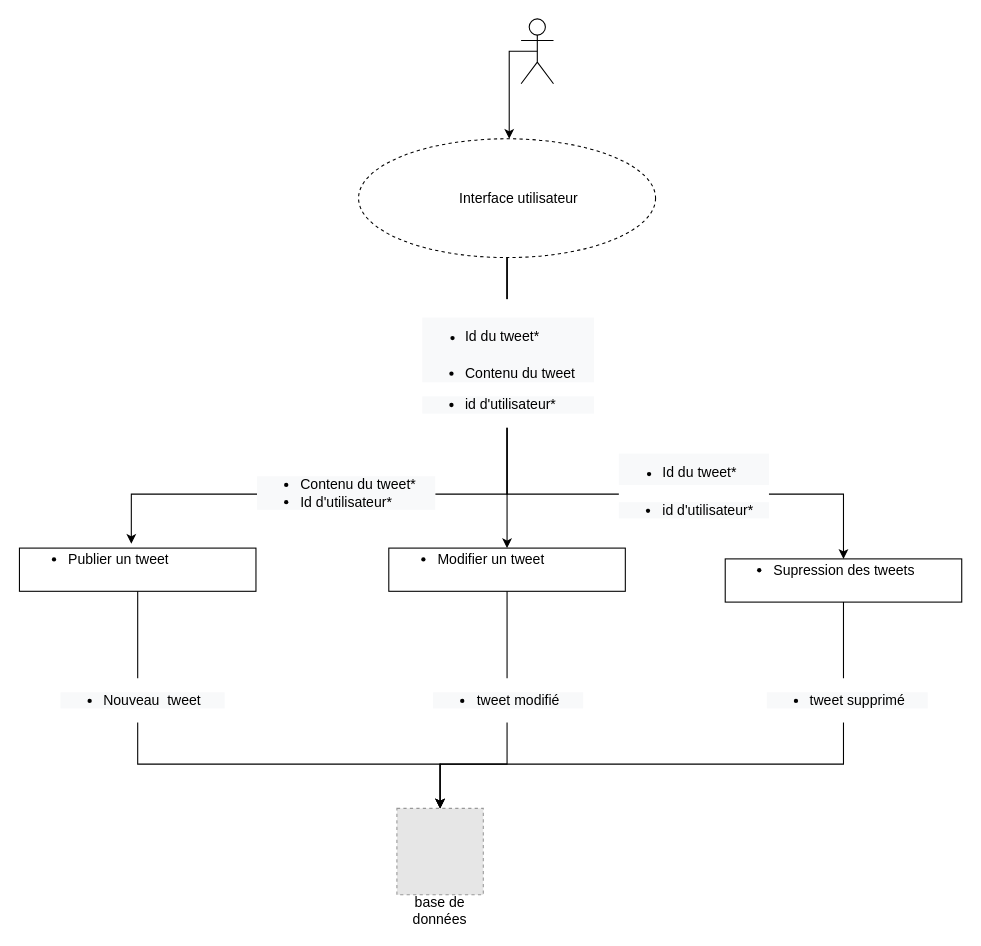
Above: page "L3-Search-service" (3 of 3) of albc.drawio in abdoelhafi/component-based-architecture-project (draw.io), before the change. Source tidied: cells renumbered, new cells numbered last; positions are measured from the earlier drawing's top-left corner, leaving out a move shared by most shapes. Both pictures are drawn from the tidied source at 108%, with x=0, y=0 at pixel (18, 18). Pictures stored in the file or linked from it are replaced by grey dashed boxes.
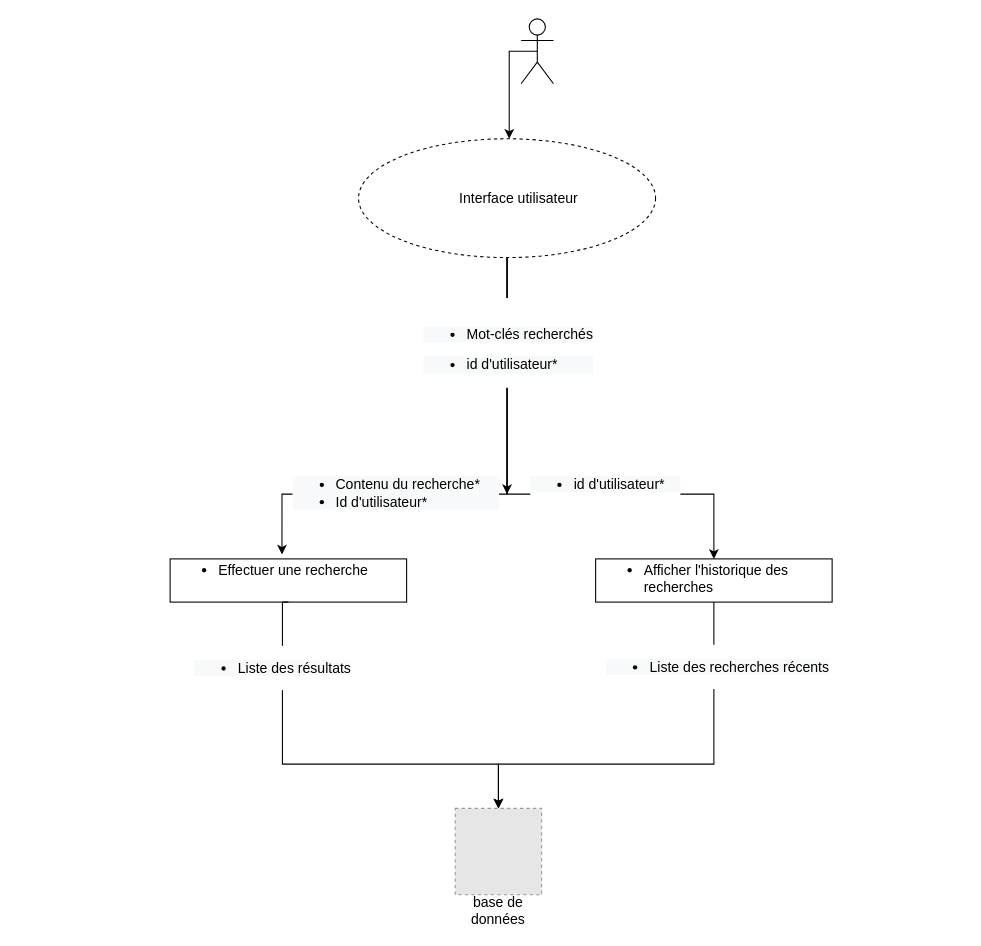
Above is the later version.

Commit message:
add search service content

The change refers to these unchanged cells:
```xml
<mxCell id="10" style="ellipse;whiteSpace=wrap;html=1;fontSize=13;dashed=1;" parent="1" vertex="1">
  <mxGeometry x="314.5" y="111" width="275" height="110" as="geometry" />
</mxCell>
<mxCell id="23" style="fillColor=#E6E6E6;strokeColor=#999999;dashed=1;verticalLabelPosition=bottom;labelBackgroundColor=#ffffff;verticalAlign=top;" parent="22" vertex="1">
  <mxGeometry width="80" height="80" as="geometry" />
</mxCell>
```

What changed in the source:
```diff
@@
     <mxCell id="4" style="edgeStyle=orthogonalEdgeStyle;rounded=0;jettySize=auto;html=1;exitX=0.5;exitY=1;exitDx=0;exitDy=0;fontSize=13;entryX=0.473;entryY=-0.1;entryDx=0;entryDy=0;entryPerimeter=0;" parent="1" edge="1" source="10" target="15">
       <mxGeometry relative="1" as="geometry">
         <Array as="points">
           <mxPoint x="452" y="440" />
-          <mxPoint x="104" y="440" />
+          <mxPoint x="244" y="440" />
+          <mxPoint x="244" y="496" />
         </Array>
       </mxGeometry>
     </mxCell>
-    <mxCell id="5" value="&lt;ul style=&quot;text-align: left ; background-color: rgb(248 , 249 , 250) ; font-size: 13px&quot;&gt;&lt;li&gt;Contenu du tweet*&amp;nbsp; &amp;nbsp; &amp;nbsp;&lt;/li&gt;&lt;li&gt;Id d'utilisateur*&lt;/li&gt;&lt;/ul&gt;" style="edgeLabel;html=1;align=center;verticalAlign=middle;" parent="4" vertex="1">
+    <mxCell id="5" value="&lt;ul style=&quot;text-align: left ; background-color: rgb(248 , 249 , 250) ; font-size: 13px&quot;&gt;&lt;li&gt;Contenu du recherche*&amp;nbsp; &amp;nbsp; &amp;nbsp;&lt;/li&gt;&lt;li&gt;Id d'utilisateur*&lt;/li&gt;&lt;/ul&gt;" style="edgeLabel;html=1;align=center;verticalAlign=middle;" parent="4" vertex="1">
       <mxGeometry x="0.11" y="-2" relative="1" as="geometry">
-        <mxPoint x="-29" as="offset" />
+        <mxPoint x="-55" as="offset" />
       </mxGeometry>
     </mxCell>
-    <mxCell id="6" style="edgeStyle=orthogonalEdgeStyle;rounded=0;jettySize=auto;html=1;exitX=0.5;exitY=1;exitDx=0;exitDy=0;fontSize=13;entryX=0.5;entryY=0;entryDx=0;entryDy=0;" parent="1" edge="1" source="10" target="18">
-      <mxGeometry relative="1" as="geometry" />
+    <mxCell id="6" style="edgeStyle=orthogonalEdgeStyle;rounded=0;jettySize=auto;html=1;exitX=0.5;exitY=1;exitDx=0;exitDy=0;fontSize=13;" parent="1" edge="1" source="10">
+      <mxGeometry relative="1" as="geometry">
+        <mxPoint x="452" y="440" as="targetPoint" />
+      </mxGeometry>
     </mxCell>
     <mxCell id="7" style="edgeStyle=orthogonalEdgeStyle;rounded=0;jettySize=auto;html=1;exitX=0.5;exitY=1;exitDx=0;exitDy=0;fontSize=13;entryX=0.5;entryY=0;entryDx=0;entryDy=0;" parent="1" edge="1" source="10" target="21">
       <mxGeometry relative="1" as="geometry">
         <Array as="points">
           <mxPoint x="452" y="440" />
-          <mxPoint x="764" y="440" />
+          <mxPoint x="644" y="440" />
+          <mxPoint x="644" y="500" />
         </Array>
       </mxGeometry>
     </mxCell>
-    <mxCell id="8" value="&lt;ul style=&quot;font-size: 12px ; text-align: left ; background-color: rgb(248 , 249 , 250)&quot;&gt;&lt;li&gt;&lt;h1&gt;&lt;span style=&quot;font-size: 13px ; font-weight: 400&quot;&gt;Id du tweet*&lt;/span&gt;&lt;/h1&gt;&lt;/li&gt;&lt;li style=&quot;font-size: 13px&quot;&gt;Contenu du tweet&amp;nbsp; &amp;nbsp; &amp;nbsp;&lt;/li&gt;&lt;/ul&gt;&lt;div style=&quot;font-size: 12px ; text-align: left ; background-color: rgb(248 , 249 , 250)&quot;&gt;&lt;ul style=&quot;font-size: 13px&quot;&gt;&lt;li&gt;id d'utilisateur*&lt;/li&gt;&lt;/ul&gt;&lt;/div&gt;" style="edgeLabel;html=1;align=center;verticalAlign=middle;" parent="7" vertex="1">
+    <mxCell id="8" value="&lt;br&gt;&lt;ul style=&quot;font-size: 12px ; text-align: left ; background-color: rgb(248 , 249 , 250)&quot;&gt;&lt;li style=&quot;font-size: 13px&quot;&gt;Mot-clés recherchés&lt;br&gt;&lt;/li&gt;&lt;/ul&gt;&lt;div style=&quot;font-size: 12px ; text-align: left ; background-color: rgb(248 , 249 , 250)&quot;&gt;&lt;ul style=&quot;font-size: 13px&quot;&gt;&lt;li&gt;id d'utilisateur*&lt;/li&gt;&lt;/ul&gt;&lt;/div&gt;" style="edgeLabel;html=1;align=center;verticalAlign=middle;" parent="7" vertex="1">
       <mxGeometry x="-0.67" relative="1" as="geometry" />
     </mxCell>
-    <mxCell id="9" value="&lt;ul style=&quot;font-size: 12px ; text-align: left ; background-color: rgb(248 , 249 , 250)&quot;&gt;&lt;li&gt;&lt;h1&gt;&lt;span style=&quot;font-size: 13px ; font-weight: 400&quot;&gt;Id du tweet*&lt;/span&gt;&lt;/h1&gt;&lt;/li&gt;&lt;/ul&gt;&lt;div style=&quot;font-size: 12px ; text-align: left ; background-color: rgb(248 , 249 , 250)&quot;&gt;&lt;ul style=&quot;font-size: 13px&quot;&gt;&lt;li&gt;id d'utilisateur*&amp;nbsp; &amp;nbsp;&amp;nbsp;&lt;/li&gt;&lt;/ul&gt;&lt;/div&gt;" style="edgeLabel;html=1;align=center;verticalAlign=middle;" parent="7" vertex="1">
+    <mxCell id="9" value="&lt;div style=&quot;font-size: 12px ; text-align: left ; background-color: rgb(248 , 249 , 250)&quot;&gt;&lt;ul style=&quot;font-size: 13px&quot;&gt;&lt;li&gt;id d'utilisateur*&amp;nbsp; &amp;nbsp;&amp;nbsp;&lt;/li&gt;&lt;/ul&gt;&lt;/div&gt;" style="edgeLabel;html=1;align=center;verticalAlign=middle;" parent="7" vertex="1">
       <mxGeometry x="0.38" y="-5" relative="1" as="geometry">
         <mxPoint x="-16" y="-15" as="offset" />
       </mxGeometry>
     </mxCell>
@@
     <mxCell id="12" style="edgeStyle=orthogonalEdgeStyle;rounded=0;jettySize=auto;html=1;entryX=0.5;entryY=0;entryDx=0;entryDy=0;exitX=0.5;exitY=1;exitDx=0;exitDy=0;" parent="1" edge="1" source="15" target="23">
       <mxGeometry relative="1" as="geometry">
         <Array as="points">
-          <mxPoint x="110" y="690" />
-          <mxPoint x="390" y="690" />
+          <mxPoint x="244" y="690" />
+          <mxPoint x="444" y="690" />
         </Array>
       </mxGeometry>
     </mxCell>
@@
-    <mxCell id="14" value="&lt;ul style=&quot;text-align: left ; background-color: rgb(248 , 249 , 250) ; font-size: 13px&quot;&gt;&lt;li&gt;Nouveau&amp;nbsp; tweet&amp;nbsp; &amp;nbsp; &amp;nbsp;&amp;nbsp;&lt;/li&gt;&lt;/ul&gt;" style="edgeLabel;html=1;align=center;verticalAlign=middle;" parent="12" vertex="1">
+    <mxCell id="14" value="&lt;ul style=&quot;text-align: left ; background-color: rgb(248 , 249 , 250) ; font-size: 13px&quot;&gt;&lt;li&gt;Liste des résultats&lt;br&gt;&lt;/li&gt;&lt;/ul&gt;" style="edgeLabel;html=1;align=center;verticalAlign=middle;" parent="12" vertex="1">
       <mxGeometry x="-0.05" y="-1" relative="1" as="geometry">
-        <mxPoint x="-65" y="-61" as="offset" />
+        <mxPoint x="-42" y="-91" as="offset" />
       </mxGeometry>
     </mxCell>
-    <mxCell id="15" value="&lt;div&gt;&lt;ul style=&quot;font-size: 13px&quot;&gt;&lt;li&gt;Publier un tweet&lt;/li&gt;&lt;/ul&gt;&lt;/div&gt;" style="text;html=1;strokeColor=default;fillColor=none;spacing=5;spacingTop=-20;whiteSpace=wrap;overflow=hidden;rounded=0;" parent="1" vertex="1">
-      <mxGeometry x="0.5" y="490" width="219" height="40" as="geometry" />
+    <mxCell id="15" value="&lt;div&gt;&lt;ul style=&quot;font-size: 13px&quot;&gt;&lt;li&gt;Effectuer une recherche&lt;br&gt;&lt;/li&gt;&lt;/ul&gt;&lt;/div&gt;" style="text;html=1;strokeColor=default;fillColor=none;spacing=5;spacingTop=-20;whiteSpace=wrap;overflow=hidden;rounded=0;" parent="1" vertex="1">
+      <mxGeometry x="140" y="500" width="219" height="40" as="geometry" />
     </mxCell>
-    <mxCell id="16" style="edgeStyle=orthogonalEdgeStyle;rounded=0;jettySize=auto;html=1;entryX=0.5;entryY=0;entryDx=0;entryDy=0;" parent="1" edge="1" source="18" target="23">
-      <mxGeometry relative="1" as="geometry">
-        <Array as="points">
-          <mxPoint x="452" y="690" />
-          <mxPoint x="390" y="690" />
-        </Array>
-      </mxGeometry>
-    </mxCell>
-    <mxCell id="17" value="&lt;ul style=&quot;text-align: left ; background-color: rgb(248 , 249 , 250) ; font-size: 13px&quot;&gt;&lt;li&gt;tweet modifié&amp;nbsp; &amp;nbsp; &amp;nbsp;&amp;nbsp;&lt;/li&gt;&lt;/ul&gt;" style="edgeLabel;html=1;align=center;verticalAlign=middle;" parent="16" vertex="1">
-      <mxGeometry x="-0.28" y="4" relative="1" as="geometry">
-        <mxPoint x="-4" y="5" as="offset" />
-      </mxGeometry>
-    </mxCell>
-    <mxCell id="18" value="&lt;div&gt;&lt;ul style=&quot;font-size: 13px&quot;&gt;&lt;li&gt;Modifier un tweet&lt;/li&gt;&lt;/ul&gt;&lt;/div&gt;" style="text;html=1;strokeColor=default;fillColor=none;spacing=5;spacingTop=-20;whiteSpace=wrap;overflow=hidden;rounded=0;" parent="1" vertex="1">
-      <mxGeometry x="342.5" y="490" width="219" height="40" as="geometry" />
-    </mxCell>
     <mxCell id="19" style="edgeStyle=orthogonalEdgeStyle;rounded=0;jettySize=auto;html=1;entryX=0.5;entryY=0;entryDx=0;entryDy=0;" parent="1" edge="1" source="21" target="23">
       <mxGeometry relative="1" as="geometry">
         <Array as="points">
-          <mxPoint x="764" y="690" />
-          <mxPoint x="390" y="690" />
+          <mxPoint x="644" y="690" />
+          <mxPoint x="444" y="690" />
         </Array>
       </mxGeometry>
     </mxCell>
-    <mxCell id="20" value="&lt;ul style=&quot;text-align: left ; background-color: rgb(248 , 249 , 250) ; font-size: 13px&quot;&gt;&lt;li&gt;tweet supprimé&amp;nbsp; &amp;nbsp; &amp;nbsp;&amp;nbsp;&lt;/li&gt;&lt;/ul&gt;" style="edgeLabel;html=1;align=center;verticalAlign=middle;" parent="19" vertex="1">
+    <mxCell id="20" value="&lt;ul style=&quot;text-align: left ; background-color: rgb(248 , 249 , 250) ; font-size: 13px&quot;&gt;&lt;li&gt;Liste des recherches récents &lt;br&gt;&lt;/li&gt;&lt;/ul&gt;" style="edgeLabel;html=1;align=center;verticalAlign=middle;" parent="19" vertex="1">
       <mxGeometry x="-0.65" y="3" relative="1" as="geometry">
         <mxPoint y="-9" as="offset" />
       </mxGeometry>
     </mxCell>
-    <mxCell id="21" value="&lt;div&gt;&lt;ul style=&quot;font-size: 13px&quot;&gt;&lt;li&gt;Supression des tweets&lt;/li&gt;&lt;/ul&gt;&lt;/div&gt;" style="text;html=1;strokeColor=default;fillColor=none;spacing=5;spacingTop=-20;whiteSpace=wrap;overflow=hidden;rounded=0;" parent="1" vertex="1">
-      <mxGeometry x="654" y="500" width="219" height="40" as="geometry" />
+    <mxCell id="21" value="&lt;div&gt;&lt;ul style=&quot;font-size: 13px&quot;&gt;&lt;li&gt;Afficher l'historique des recherches&lt;/li&gt;&lt;/ul&gt;&lt;/div&gt;" style="text;html=1;strokeColor=default;fillColor=none;spacing=5;spacingTop=-20;whiteSpace=wrap;overflow=hidden;rounded=0;" parent="1" vertex="1">
+      <mxGeometry x="534" y="500" width="219" height="40" as="geometry" />
     </mxCell>
     <mxCell id="22" style="group;" parent="1" vertex="1">
-      <mxGeometry x="350" y="731" width="80" height="110" as="geometry" />
+      <mxGeometry x="404" y="731" width="80" height="110" as="geometry" />
     </mxCell>
```
